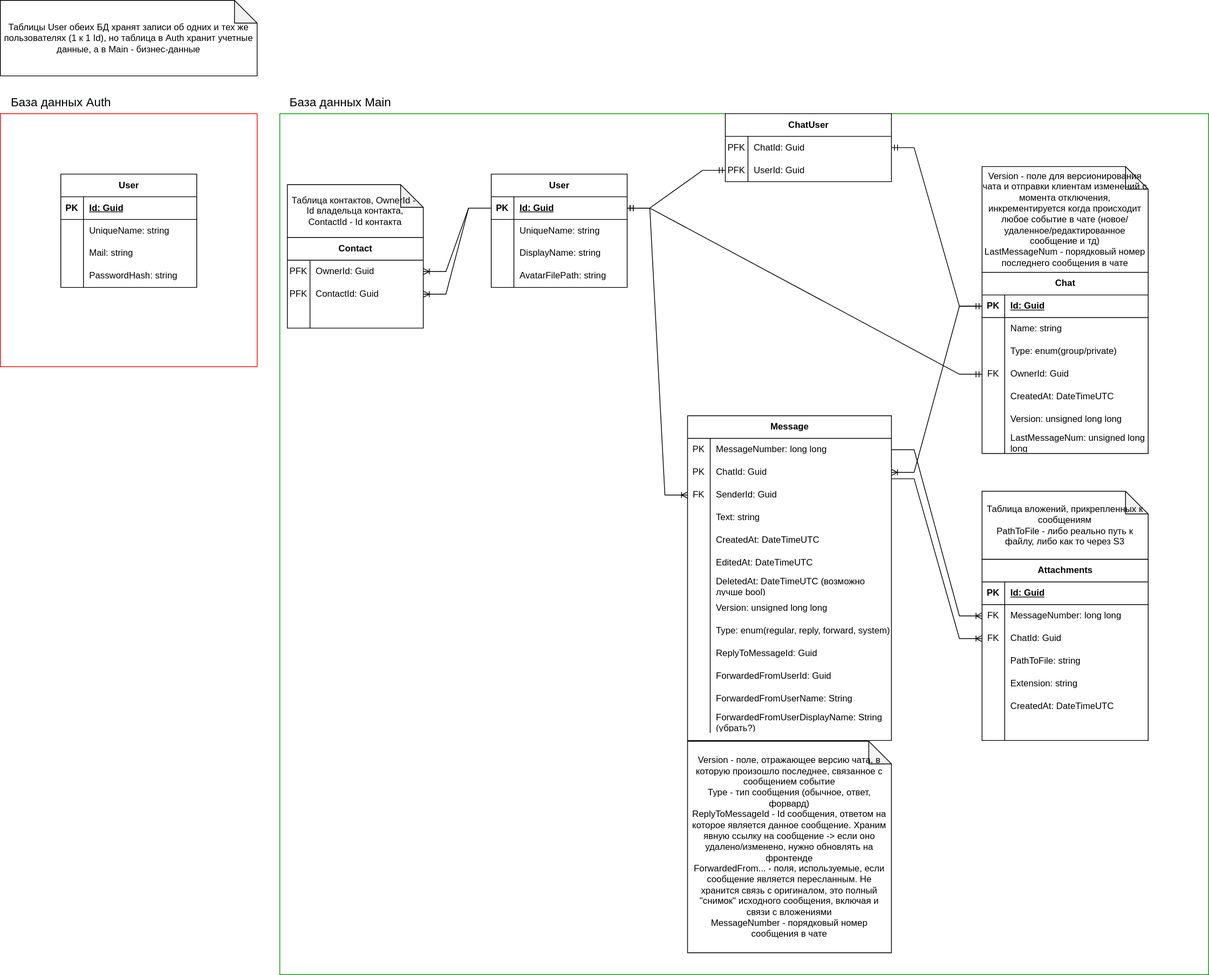
iuschnic/simple-messenger keeps this draw.io diagram as docs/backend/DB.svg. Above is the earlier version. Source tidied: cells renumbered, new cells last; positions are measured from the earlier drawing's top-left corner, leaving out a move shared by most shapes.
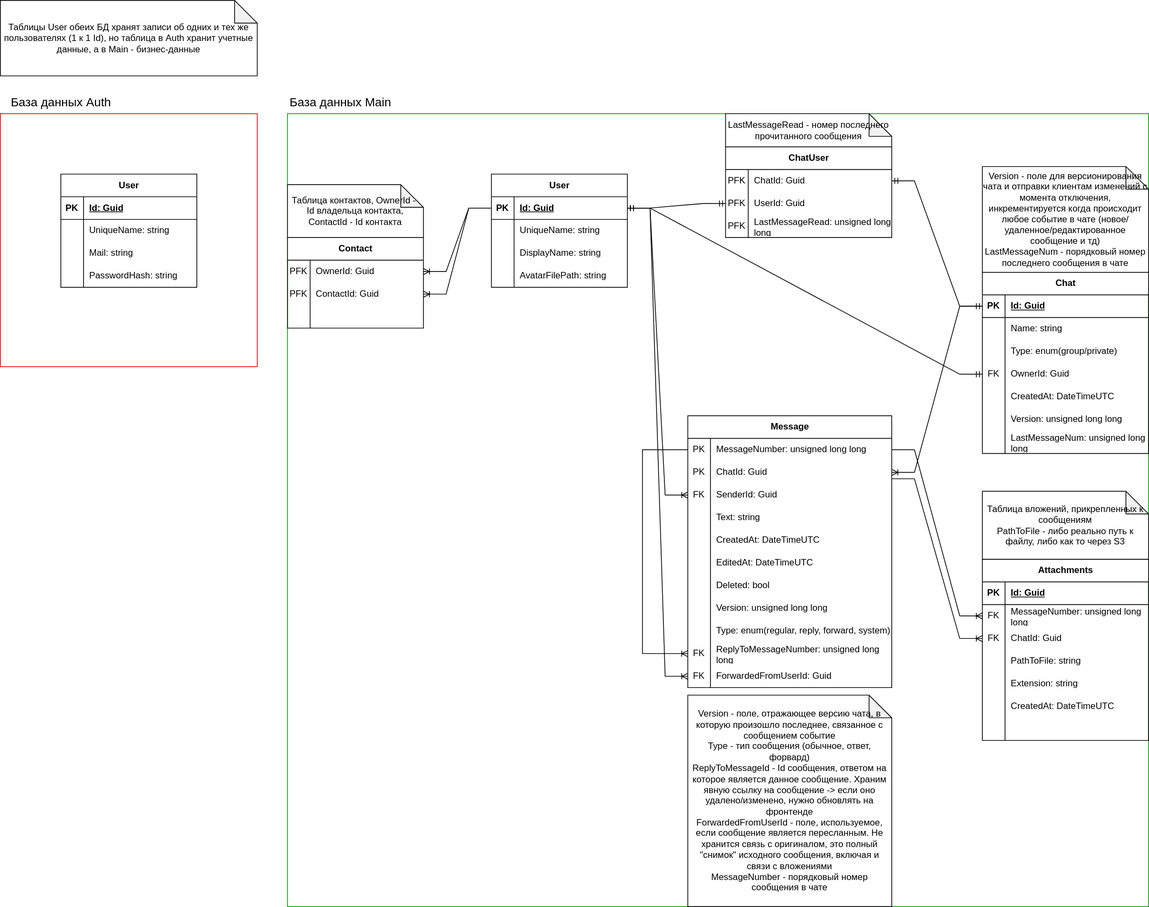
After the commit.

Commit message:
1# добавил FK для пересланных и сообщений-ответов, исправил DeletedAt на Deleted с bool типом

The edit, as a diff of the source:
```diff
@@ -3,7 +3,7 @@
     <mxCell id="0" />
     <mxCell id="1" parent="0" />
     <mxCell id="2" style="rounded=0;whiteSpace=wrap;html=1;fillColor=none;strokeColor=#009900;" parent="1" vertex="1">
-      <mxGeometry x="370" y="150" width="1230" height="1140" as="geometry" />
+      <mxGeometry x="380" y="150" width="1140" height="1050" as="geometry" />
     </mxCell>
     <mxCell id="3" style="rounded=0;whiteSpace=wrap;html=1;fillColor=none;strokeColor=#FF0000;" parent="1" vertex="1">
       <mxGeometry y="150" width="340" height="335" as="geometry" />
@@ -204,7 +204,7 @@
       <mxGeometry relative="1" as="geometry" />
     </mxCell>
     <mxCell id="69" value="ChatUser" style="shape=table;startSize=30;rowLines=0;fontStyle=1;align=center;html=1;" parent="1" vertex="1">
-      <mxGeometry x="960" y="150" width="220" height="90" as="geometry" />
+      <mxGeometry x="960" y="194" width="220" height="120" as="geometry" />
     </mxCell>
     <mxCell id="70" style="shape=tableRow;horizontal=0;startSize=0;swimlaneHead=0;swimlaneBody=0;fillColor=none;points=[[0,0.5],[1,0.5]];portConstraint=eastwest;top=0;left=0;right=0;bottom=0;" parent="69" vertex="1">
       <mxGeometry y="30" width="220" height="30" as="geometry" />
@@ -224,6 +224,15 @@
     <mxCell id="75" value="UserId: Guid" style="shape=partialRectangle;fillColor=none;top=0;left=0;bottom=0;right=0;align=left;spacingLeft=6;overflow=hidden;whiteSpace=wrap;html=1;" parent="73" vertex="1">
       <mxGeometry x="30" width="190" height="30" as="geometry" />
     </mxCell>
+    <mxCell id="147" style="shape=tableRow;horizontal=0;startSize=0;swimlaneHead=0;swimlaneBody=0;fillColor=none;top=0;left=0;right=0;bottom=0;" parent="69" vertex="1">
+      <mxGeometry y="90" width="220" height="30" as="geometry" />
+    </mxCell>
+    <mxCell id="148" value="PFK" style="shape=partialRectangle;fillColor=none;top=0;left=0;bottom=0;right=0;overflow=hidden;whiteSpace=wrap;html=1;" parent="147" vertex="1">
+      <mxGeometry width="30" height="30" as="geometry" />
+    </mxCell>
+    <mxCell id="149" value="LastMessageRead: unsigned long long" style="shape=partialRectangle;fillColor=none;top=0;left=0;bottom=0;right=0;align=left;spacingLeft=6;overflow=hidden;whiteSpace=wrap;html=1;" parent="147" vertex="1">
+      <mxGeometry x="30" width="190" height="30" as="geometry" />
+    </mxCell>
     <mxCell id="76" style="edgeStyle=entityRelationEdgeStyle;fontSize=12;html=1;endArrow=ERmandOne;startArrow=ERmandOne;rounded=0;" parent="1" edge="1" source="20" target="73">
       <mxGeometry relative="1" as="geometry" />
     </mxCell>
@@ -231,7 +240,7 @@
       <mxGeometry relative="1" as="geometry" />
     </mxCell>
     <mxCell id="78" value="Message" style="shape=table;startSize=30;rowLines=0;fontStyle=1;align=center;html=1;" parent="1" vertex="1">
-      <mxGeometry x="910" y="550" width="270" height="430" as="geometry" />
+      <mxGeometry x="910" y="550" width="270" height="360" as="geometry" />
     </mxCell>
     <mxCell id="79" style="shape=tableRow;horizontal=0;startSize=0;swimlaneHead=0;swimlaneBody=0;fillColor=none;points=[[0,0.5],[1,0.5]];portConstraint=eastwest;top=0;left=0;right=0;bottom=0;" parent="78" vertex="1">
       <mxGeometry y="30" width="270" height="30" as="geometry" />
@@ -239,7 +248,7 @@
     <mxCell id="80" value="PK" style="shape=partialRectangle;fillColor=none;top=0;left=0;bottom=0;right=0;overflow=hidden;whiteSpace=wrap;html=1;" parent="79" vertex="1">
       <mxGeometry width="30" height="30" as="geometry" />
     </mxCell>
-    <mxCell id="81" value="MessageNumber: long long" style="shape=partialRectangle;fillColor=none;top=0;left=0;bottom=0;right=0;align=left;spacingLeft=6;overflow=hidden;whiteSpace=wrap;html=1;" parent="79" vertex="1">
+    <mxCell id="81" value="MessageNumber: unsigned long long" style="shape=partialRectangle;fillColor=none;top=0;left=0;bottom=0;right=0;align=left;spacingLeft=6;overflow=hidden;whiteSpace=wrap;html=1;" parent="79" vertex="1">
       <mxGeometry x="30" width="240" height="30" as="geometry" />
     </mxCell>
     <mxCell id="82" style="shape=tableRow;horizontal=0;startSize=0;swimlaneHead=0;swimlaneBody=0;fillColor=none;points=[[0,0.5],[1,0.5]];portConstraint=eastwest;top=0;left=0;right=0;bottom=0;" parent="78" vertex="1">
@@ -293,7 +302,7 @@
     <mxCell id="98" style="shape=partialRectangle;fillColor=none;top=0;left=0;bottom=0;right=0;overflow=hidden;whiteSpace=wrap;html=1;" parent="97" vertex="1">
       <mxGeometry width="30" height="30" as="geometry" />
     </mxCell>
-    <mxCell id="99" value="DeletedAt: DateTimeUTC (возможно лучше bool)" style="shape=partialRectangle;fillColor=none;top=0;left=0;bottom=0;right=0;align=left;spacingLeft=6;overflow=hidden;whiteSpace=wrap;html=1;" parent="97" vertex="1">
+    <mxCell id="99" value="Deleted: bool" style="shape=partialRectangle;fillColor=none;top=0;left=0;bottom=0;right=0;align=left;spacingLeft=6;overflow=hidden;whiteSpace=wrap;html=1;" parent="97" vertex="1">
       <mxGeometry x="30" width="240" height="30" as="geometry" />
     </mxCell>
     <mxCell id="100" style="shape=tableRow;horizontal=0;startSize=0;swimlaneHead=0;swimlaneBody=0;fillColor=none;top=0;left=0;right=0;bottom=0;" parent="78" vertex="1">
@@ -317,44 +326,34 @@
     <mxCell id="106" style="shape=tableRow;horizontal=0;startSize=0;swimlaneHead=0;swimlaneBody=0;fillColor=none;points=[[0,0.5],[1,0.5]];portConstraint=eastwest;top=0;left=0;right=0;bottom=0;" parent="78" vertex="1">
       <mxGeometry y="300" width="270" height="30" as="geometry" />
     </mxCell>
-    <mxCell id="107" style="shape=partialRectangle;fillColor=none;top=0;left=0;bottom=0;right=0;overflow=hidden;whiteSpace=wrap;html=1;" parent="106" vertex="1">
+    <mxCell id="107" value="FK" style="shape=partialRectangle;fillColor=none;top=0;left=0;bottom=0;right=0;overflow=hidden;whiteSpace=wrap;html=1;" parent="106" vertex="1">
       <mxGeometry width="30" height="30" as="geometry" />
     </mxCell>
-    <mxCell id="108" value="ReplyToMessageId: Guid" style="shape=partialRectangle;fillColor=none;top=0;left=0;bottom=0;right=0;align=left;spacingLeft=6;overflow=hidden;whiteSpace=wrap;html=1;" parent="106" vertex="1">
+    <mxCell id="108" value="ReplyToMessageNumber: unsigned long long" style="shape=partialRectangle;fillColor=none;top=0;left=0;bottom=0;right=0;align=left;spacingLeft=6;overflow=hidden;whiteSpace=wrap;html=1;" parent="106" vertex="1">
       <mxGeometry x="30" width="240" height="30" as="geometry" />
     </mxCell>
     <mxCell id="109" style="shape=tableRow;horizontal=0;startSize=0;swimlaneHead=0;swimlaneBody=0;fillColor=none;points=[[0,0.5],[1,0.5]];portConstraint=eastwest;top=0;left=0;right=0;bottom=0;" parent="78" vertex="1">
       <mxGeometry y="330" width="270" height="30" as="geometry" />
     </mxCell>
-    <mxCell id="110" style="shape=partialRectangle;fillColor=none;top=0;left=0;bottom=0;right=0;overflow=hidden;whiteSpace=wrap;html=1;" parent="109" vertex="1">
+    <mxCell id="110" value="FK" style="shape=partialRectangle;fillColor=none;top=0;left=0;bottom=0;right=0;overflow=hidden;whiteSpace=wrap;html=1;" parent="109" vertex="1">
       <mxGeometry width="30" height="30" as="geometry" />
     </mxCell>
     <mxCell id="111" value="ForwardedFromUserId: Guid" style="shape=partialRectangle;fillColor=none;top=0;left=0;bottom=0;right=0;align=left;spacingLeft=6;overflow=hidden;whiteSpace=wrap;html=1;" parent="109" vertex="1">
       <mxGeometry x="30" width="240" height="30" as="geometry" />
     </mxCell>
-    <mxCell id="112" style="shape=tableRow;horizontal=0;startSize=0;swimlaneHead=0;swimlaneBody=0;fillColor=none;top=0;left=0;right=0;bottom=0;" parent="78" vertex="1">
-      <mxGeometry y="360" width="270" height="30" as="geometry" />
-    </mxCell>
-    <mxCell id="113" style="shape=partialRectangle;fillColor=none;top=0;left=0;bottom=0;right=0;overflow=hidden;whiteSpace=wrap;html=1;" parent="112" vertex="1">
-      <mxGeometry width="30" height="30" as="geometry" />
-    </mxCell>
-    <mxCell id="114" value="ForwardedFromUserName: String" style="shape=partialRectangle;fillColor=none;top=0;left=0;bottom=0;right=0;align=left;spacingLeft=6;overflow=hidden;whiteSpace=wrap;html=1;" parent="112" vertex="1">
-      <mxGeometry x="30" width="240" height="30" as="geometry" />
-    </mxCell>
-    <mxCell id="115" style="shape=tableRow;horizontal=0;startSize=0;swimlaneHead=0;swimlaneBody=0;fillColor=none;top=0;left=0;right=0;bottom=0;" parent="78" vertex="1">
-      <mxGeometry y="390" width="270" height="30" as="geometry" />
-    </mxCell>
-    <mxCell id="116" style="shape=partialRectangle;fillColor=none;top=0;left=0;bottom=0;right=0;overflow=hidden;whiteSpace=wrap;html=1;" parent="115" vertex="1">
-      <mxGeometry width="30" height="30" as="geometry" />
-    </mxCell>
-    <mxCell id="117" value="ForwardedFromUserDisplayName: String (убрать?)" style="shape=partialRectangle;fillColor=none;top=0;left=0;bottom=0;right=0;align=left;spacingLeft=6;overflow=hidden;whiteSpace=wrap;html=1;" parent="115" vertex="1">
-      <mxGeometry x="30" width="240" height="30" as="geometry" />
-    </mxCell>
+    <mxCell id="150" style="fontSize=12;html=1;endArrow=ERoneToMany;rounded=0;exitX=0;exitY=0.5;exitDx=0;exitDy=0;entryX=0;entryY=0.5;entryDx=0;entryDy=0;" parent="78" edge="1" source="79" target="106">
+      <mxGeometry relative="1" as="geometry">
+        <Array as="points">
+          <mxPoint x="-60" y="45" />
+          <mxPoint x="-60" y="315" />
+        </Array>
+      </mxGeometry>
+    </mxCell>
     <mxCell id="118" value="Version - поле для версионирования чата и отправки клиентам изменений с момента отключения, инкрементируется когда происходит любое событие в чате (новое/удаленное/редактированное сообщение и тд)&lt;div&gt;LastMessageNum - порядковый номер последнего сообщения в чате&lt;/div&gt;" style="shape=note;whiteSpace=wrap;html=1;backgroundOutline=1;darkOpacity=0.05;" parent="1" vertex="1">
       <mxGeometry x="1300" y="220" width="220" height="140" as="geometry" />
     </mxCell>
-    <mxCell id="119" value="Version - поле, отражающее версию чата, в которую произошло последнее, связанное с сообщением событие&lt;div&gt;Type - тип сообщения (обычное, ответ, форвард)&lt;br&gt;&lt;div&gt;ReplyToMessageId - Id сообщения, ответом на которое является данное сообщение. Храним явную ссылку на сообщение -&amp;gt; если оно удалено/изменено, нужно обновлять на фронтенде&lt;/div&gt;&lt;/div&gt;&lt;div&gt;ForwardedFrom... - поля, используемые, если сообщение является пересланным. Не хранится связь с оригиналом, это полный &quot;снимок&quot; исходного сообщения, включая и связи с вложениями&lt;/div&gt;&lt;div&gt;MessageNumber - порядковый номер сообщения в чате&lt;/div&gt;" style="shape=note;whiteSpace=wrap;html=1;backgroundOutline=1;darkOpacity=0.05;" parent="1" vertex="1">
-      <mxGeometry x="910" y="981" width="270" height="280" as="geometry" />
+    <mxCell id="119" value="Version - поле, отражающее версию чата, в которую произошло последнее, связанное с сообщением событие&lt;div&gt;Type - тип сообщения (обычное, ответ, форвард)&lt;br&gt;&lt;div&gt;ReplyToMessageId - Id сообщения, ответом на которое является данное сообщение. Храним явную ссылку на сообщение -&amp;gt; если оно удалено/изменено, нужно обновлять на фронтенде&lt;/div&gt;&lt;/div&gt;&lt;div&gt;ForwardedFromUserId - поле, используемое, если сообщение является пересланным. Не хранится связь с оригиналом, это полный &quot;снимок&quot; исходного сообщения, включая и связи с вложениями&lt;/div&gt;&lt;div&gt;MessageNumber - порядковый номер сообщения в чате&lt;/div&gt;" style="shape=note;whiteSpace=wrap;html=1;backgroundOutline=1;darkOpacity=0.05;" parent="1" vertex="1">
+      <mxGeometry x="910" y="920" width="270" height="280" as="geometry" />
     </mxCell>
     <mxCell id="120" style="edgeStyle=entityRelationEdgeStyle;fontSize=12;html=1;endArrow=ERoneToMany;rounded=0;entryX=1;entryY=0.5;entryDx=0;entryDy=0;" parent="1" edge="1" source="47" target="82">
       <mxGeometry relative="1" as="geometry" />
@@ -380,7 +379,7 @@
     <mxCell id="127" value="FK" style="shape=partialRectangle;fillColor=none;top=0;left=0;bottom=0;right=0;overflow=hidden;whiteSpace=wrap;html=1;" parent="126" vertex="1">
       <mxGeometry width="30" height="30" as="geometry" />
     </mxCell>
-    <mxCell id="128" value="MessageNumber: long long" style="shape=partialRectangle;fillColor=none;top=0;left=0;bottom=0;right=0;align=left;spacingLeft=6;overflow=hidden;whiteSpace=wrap;html=1;" parent="126" vertex="1">
+    <mxCell id="128" value="MessageNumber: unsigned long long" style="shape=partialRectangle;fillColor=none;top=0;left=0;bottom=0;right=0;align=left;spacingLeft=6;overflow=hidden;whiteSpace=wrap;html=1;" parent="126" vertex="1">
       <mxGeometry x="30" width="190" height="30" as="geometry" />
     </mxCell>
     <mxCell id="129" style="shape=tableRow;horizontal=0;startSize=0;swimlaneHead=0;swimlaneBody=0;fillColor=none;points=[[0,0.5],[1,0.5]];portConstraint=eastwest;top=0;left=0;right=0;bottom=0;" parent="122" vertex="1">
@@ -437,5 +436,11 @@
     <mxCell id="146" style="edgeStyle=entityRelationEdgeStyle;fontSize=12;html=1;endArrow=ERoneToMany;rounded=0;exitX=1;exitY=0.783;exitDx=0;exitDy=0;exitPerimeter=0;" parent="1" edge="1" source="82" target="129">
       <mxGeometry relative="1" as="geometry" />
     </mxCell>
+    <mxCell id="151" value="LastMessageRead - номер последнего прочитанного сообщения" style="shape=note;whiteSpace=wrap;html=1;backgroundOutline=1;darkOpacity=0.05;" parent="1" vertex="1">
+      <mxGeometry x="960" y="150" width="220" height="44" as="geometry" />
+    </mxCell>
+    <mxCell id="152" style="edgeStyle=entityRelationEdgeStyle;fontSize=12;html=1;endArrow=ERoneToMany;rounded=0;" parent="1" edge="1" source="20" target="109">
+      <mxGeometry relative="1" as="geometry" />
+    </mxCell>
   </root>
 </mxGraphModel>
```
